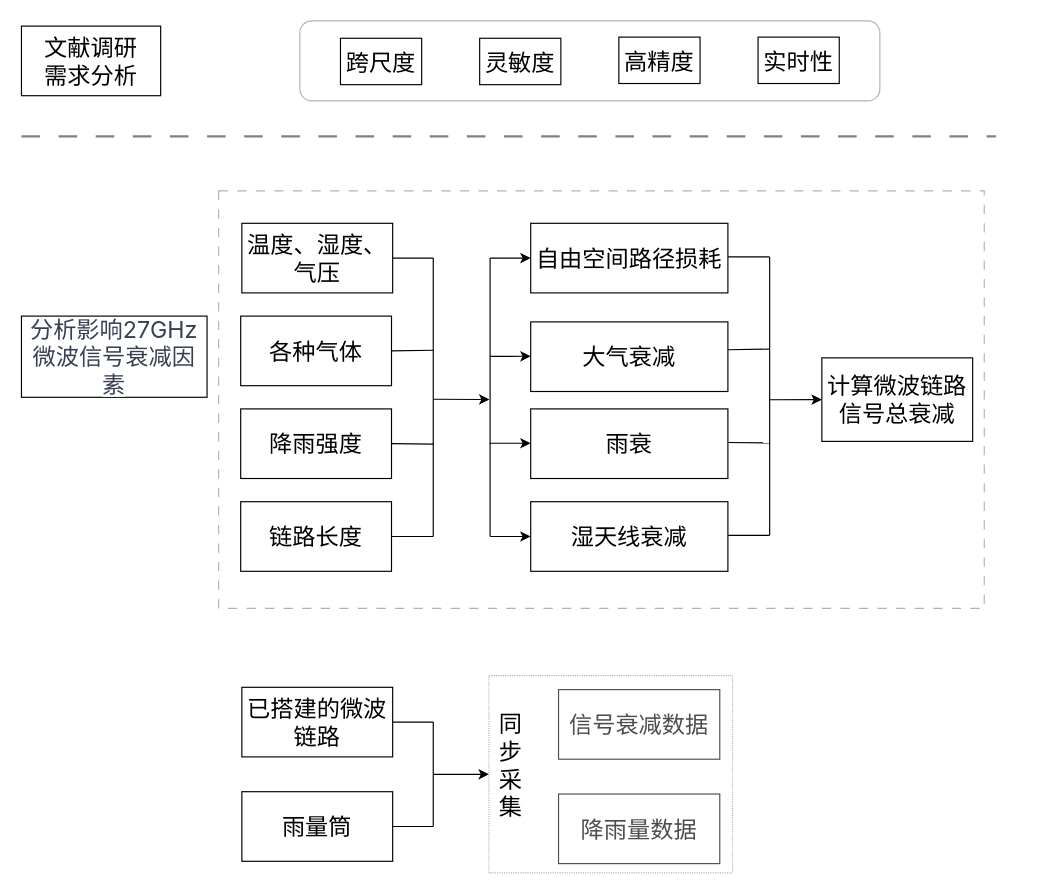
The draw.io diagram 技术路线.drawio in Lu-Ming-Song/C, before the edit. Source tidied: cells renumbered, new cells numbered last; positions are measured from the earlier drawing's top-left corner, leaving out a move shared by most shapes. Both pictures are drawn from the tidied source at 116%, with x=0, y=0 at pixel (21, 21).
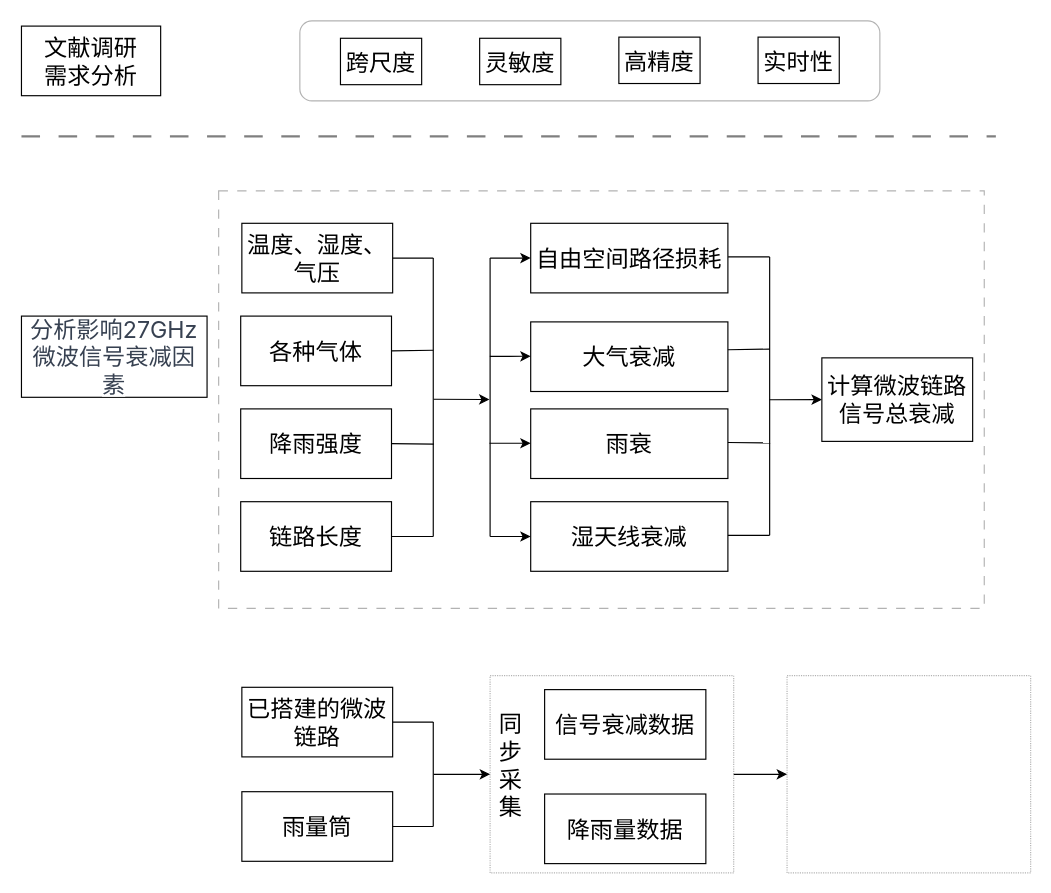
After the change.

Commit message:
更新技术路线.drawio

The edit, as a diff of the source:
```diff
@@
+    <mxCell id="45" style="rounded=0;whiteSpace=wrap;html=1;dashed=1;dashPattern=1 1;opacity=30;" parent="1" vertex="1">
+      <mxGeometry x="404" y="564" width="210" height="170" as="geometry" />
+    </mxCell>
     <mxCell id="43" value="&lt;span style=&quot;font-size: 20px;&quot;&gt;信号衰减数据&lt;/span&gt;" style="rounded=0;whiteSpace=wrap;html=1;" parent="1" vertex="1">
-      <mxGeometry x="463" y="576" width="139" height="60" as="geometry" />
+      <mxGeometry x="451" y="576" width="139" height="60" as="geometry" />
     </mxCell>
     <mxCell id="44" value="&lt;span style=&quot;font-size: 20px;&quot;&gt;降雨量数据&lt;/span&gt;" style="rounded=0;whiteSpace=wrap;html=1;" parent="1" vertex="1">
-      <mxGeometry x="463" y="666" width="139" height="60" as="geometry" />
+      <mxGeometry x="451" y="666" width="139" height="60" as="geometry" />
     </mxCell>
-    <mxCell id="45" style="rounded=0;whiteSpace=wrap;html=1;dashed=1;dashPattern=1 1;opacity=30;" parent="1" vertex="1">
-      <mxGeometry x="403" y="564" width="210" height="170" as="geometry" />
-    </mxCell>
@@
+    <mxCell id="47" style="rounded=0;whiteSpace=wrap;html=1;dashed=1;dashPattern=1 1;opacity=30;" parent="1" vertex="1">
+      <mxGeometry x="660" y="564" width="210" height="170" as="geometry" />
+    </mxCell>
+    <mxCell id="48" style="endArrow=classic;html=1;rounded=0;entryX=0;entryY=0.5;entryDx=0;entryDy=0;exitX=1;exitY=0.5;exitDx=0;exitDy=0;" parent="1" edge="1" source="45" target="47">
+      <mxGeometry relative="1" as="geometry" />
+    </mxCell>
```
